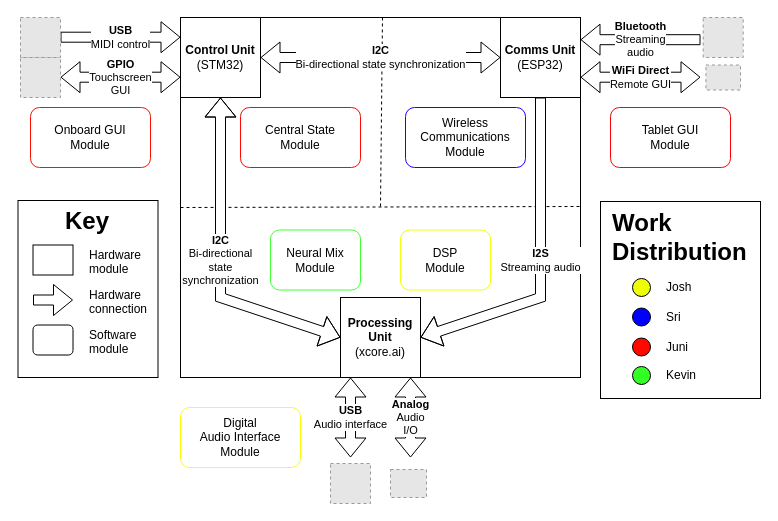
Earlier version of the draw.io diagram Documentation/Diagrams/SoftwareArchitecture.drawio (joshieyu/DigitalAudioMixer). Source tidied: cells renumbered, new cells numbered last; positions are measured from the earlier drawing's top-left corner, leaving out a move shared by most shapes. Both pictures are drawn from the tidied source at 100%, with x=0, y=0 at pixel (18, 17). Pictures stored in the file or linked from it are replaced by grey dashed boxes.
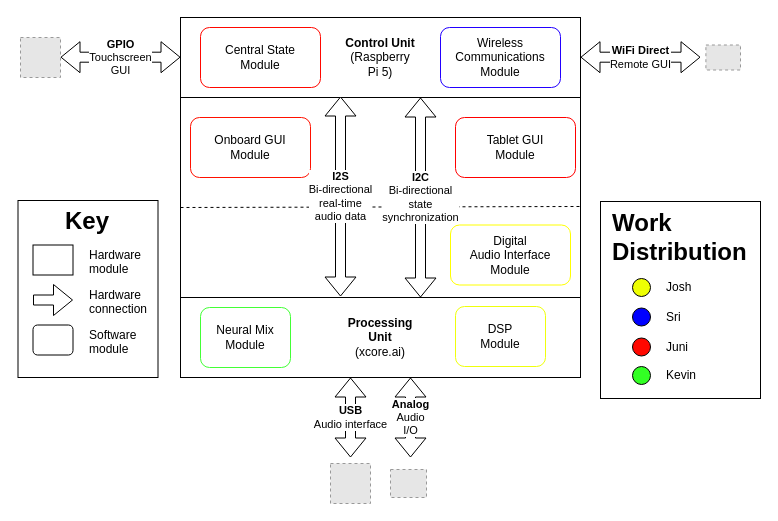
The same diagram, later.

Commit message:
Updated software diagram

Change to the diagram source:
```diff
@@
-    <mxCell id="6" style="endArrow=none;dashed=1;html=1;rounded=0;" parent="1" edge="1">
-      <mxGeometry relative="1" as="geometry">
-        <mxPoint x="364" as="sourcePoint" />
-        <mxPoint x="362" y="189" as="targetPoint" />
-      </mxGeometry>
-    </mxCell>
-    <mxCell id="7" value="&lt;b&gt;Control Unit&lt;/b&gt;&lt;br&gt;(STM32)" style="whiteSpace=wrap;html=1;" parent="1" vertex="1">
-      <mxGeometry x="162" width="80" height="80" as="geometry" />
+    <mxCell id="7" value="&lt;b&gt;Control Unit&lt;/b&gt;&lt;br&gt;(Raspberry&lt;br&gt;Pi 5)" style="whiteSpace=wrap;html=1;" parent="1" vertex="1">
+      <mxGeometry x="162" width="400" height="80" as="geometry" />
     </mxCell>
-    <mxCell id="8" value="&lt;b&gt;Comms Unit&lt;/b&gt;&lt;div&gt;(ESP32)&lt;/div&gt;" style="whiteSpace=wrap;html=1;" parent="1" vertex="1">
-      <mxGeometry x="482" width="80" height="80" as="geometry" />
-    </mxCell>
     <mxCell id="9" value="&lt;b&gt;Processing&lt;/b&gt;&lt;div&gt;&lt;b&gt;Unit&lt;/b&gt;&lt;/div&gt;&lt;div&gt;(xcore.ai)&lt;/div&gt;" style="whiteSpace=wrap;html=1;" parent="1" vertex="1">
-      <mxGeometry x="322" y="280" width="80" height="80" as="geometry" />
+      <mxGeometry x="162" y="280" width="400" height="80" as="geometry" />
     </mxCell>
-    <mxCell id="10" value="&lt;b&gt;I2C&lt;/b&gt;&lt;div&gt;Bi-directional&lt;br&gt;state&lt;br&gt;synchronization&lt;/div&gt;" style="shape=flexArrow;endArrow=classic;startArrow=classic;html=1;rounded=0;exitX=0;exitY=0.5;exitDx=0;exitDy=0;fillColor=#FFFFFF;" parent="1" edge="1" source="9">
+    <mxCell id="10" value="&lt;b&gt;I2C&lt;/b&gt;&lt;div&gt;Bi-directional&lt;br&gt;state&lt;br&gt;synchronization&lt;/div&gt;" style="shape=flexArrow;endArrow=classic;startArrow=classic;html=1;rounded=0;exitX=0.5;exitY=0;exitDx=0;exitDy=0;fillColor=#FFFFFF;entryX=0.5;entryY=1;entryDx=0;entryDy=0;" parent="1" edge="1">
       <mxGeometry relative="1" as="geometry">
-        <mxPoint x="202" y="80" as="targetPoint" />
-        <Array as="points">
-          <mxPoint x="202" y="280" />
-        </Array>
+        <mxPoint x="402" y="280" as="sourcePoint" />
+        <mxPoint x="402" y="80" as="targetPoint" />
       </mxGeometry>
     </mxCell>
-    <mxCell id="11" value="&lt;b&gt;I2C&lt;/b&gt;&lt;div&gt;Bi-directional state synchronization&lt;/div&gt;" style="shape=flexArrow;endArrow=classic;startArrow=classic;html=1;rounded=0;entryX=0;entryY=0.5;entryDx=0;entryDy=0;exitX=1;exitY=0.5;exitDx=0;exitDy=0;" parent="1" edge="1" source="7" target="8">
-      <mxGeometry relative="1" as="geometry" />
-    </mxCell>
@@
     <mxCell id="14" value="&lt;b&gt;WiFi Direct&lt;/b&gt;&lt;br&gt;Remote&lt;b&gt; &lt;/b&gt;GUI" style="shape=flexArrow;endArrow=classic;startArrow=classic;html=1;rounded=0;" parent="1" edge="1">
       <mxGeometry relative="1" as="geometry">
-        <mxPoint x="562" y="59.7" as="sourcePoint" />
-        <mxPoint x="682" y="59.7" as="targetPoint" />
+        <mxPoint x="562" y="39.7" as="sourcePoint" />
+        <mxPoint x="682" y="39.7" as="targetPoint" />
       </mxGeometry>
     </mxCell>
-    <mxCell id="15" value="&lt;b&gt;Bluetooth&lt;/b&gt;&lt;br&gt;Streaming&lt;br&gt;audio" style="shape=flexArrow;endArrow=classic;html=1;rounded=0;" parent="1" edge="1">
-      <mxGeometry relative="1" as="geometry">
-        <mxPoint x="682" y="22.2" as="sourcePoint" />
-        <mxPoint x="562" y="22.2" as="targetPoint" />
-      </mxGeometry>
-    </mxCell>
     <mxCell id="16" value="&lt;b&gt;GPIO&lt;/b&gt;&lt;br&gt;Touchscreen&lt;br&gt;GUI" style="shape=flexArrow;endArrow=classic;startArrow=classic;html=1;rounded=0;" parent="1" edge="1">
       <mxGeometry relative="1" as="geometry">
-        <mxPoint x="42" y="59.7" as="sourcePoint" />
-        <mxPoint x="162" y="59.7" as="targetPoint" />
+        <mxPoint x="42" y="39.7" as="sourcePoint" />
+        <mxPoint x="162" y="39.7" as="targetPoint" />
       </mxGeometry>
     </mxCell>
-    <mxCell id="17" value="&lt;b&gt;USB&lt;/b&gt;&lt;br&gt;MIDI control" style="shape=flexArrow;endArrow=classic;html=1;rounded=0;" parent="1" edge="1">
-      <mxGeometry relative="1" as="geometry">
-        <mxPoint x="42" y="19.7" as="sourcePoint" />
-        <mxPoint x="162" y="19.7" as="targetPoint" />
-      </mxGeometry>
-    </mxCell>
     <mxCell id="18" style="fillColor=#E6E6E6;strokeColor=#999999;dashed=1;verticalLabelPosition=bottom;verticalAlign=top;" parent="1" vertex="1">
-      <mxGeometry x="2" y="40" width="40" height="40" as="geometry" />
+      <mxGeometry x="2" y="20" width="40" height="40" as="geometry" />
     </mxCell>
@@
     <mxCell id="20" style="fillColor=#E6E6E6;strokeColor=#999999;dashed=1;verticalLabelPosition=bottom;verticalAlign=top;" parent="1" vertex="1">
-      <mxGeometry x="687.4" y="47.5" width="34.6" height="25" as="geometry" />
+      <mxGeometry x="687.4" y="27.5" width="34.6" height="25" as="geometry" />
     </mxCell>
-    <mxCell id="21" style="fillColor=#E6E6E6;strokeColor=#999999;dashed=1;verticalLabelPosition=bottom;verticalAlign=top;" parent="1" vertex="1">
-      <mxGeometry x="684.7" width="40" height="40" as="geometry" />
-    </mxCell>
     <mxCell id="22" value="Central State&lt;br&gt;Module" style="rounded=1;whiteSpace=wrap;html=1;strokeColor=#FF0800;" parent="1" vertex="1">
-      <mxGeometry x="222" y="90" width="120" height="60" as="geometry" />
+      <mxGeometry x="182" y="10" width="120" height="60" as="geometry" />
     </mxCell>
     <mxCell id="23" value="Wireless&lt;br&gt;Communications&lt;br&gt;Module" style="rounded=1;whiteSpace=wrap;html=1;strokeColor=#2200FF;" parent="1" vertex="1">
-      <mxGeometry x="387" y="90" width="120" height="60" as="geometry" />
+      <mxGeometry x="422" y="10" width="120" height="60" as="geometry" />
     </mxCell>
     <mxCell id="24" value="Onboard GUI&lt;br&gt;Module" style="rounded=1;whiteSpace=wrap;html=1;strokeColor=#FF1100;" parent="1" vertex="1">
-      <mxGeometry x="12" y="90" width="120" height="60" as="geometry" />
+      <mxGeometry x="172" y="100" width="120" height="60" as="geometry" />
     </mxCell>
     <mxCell id="25" value="Tablet GUI&lt;br&gt;Module" style="rounded=1;whiteSpace=wrap;html=1;strokeColor=#FF0000;" parent="1" vertex="1">
-      <mxGeometry x="592" y="90" width="120" height="60" as="geometry" />
+      <mxGeometry x="437" y="100" width="120" height="60" as="geometry" />
     </mxCell>
     <mxCell id="26" value="Neural Mix&lt;br&gt;Module" style="rounded=1;whiteSpace=wrap;html=1;strokeColor=#43FF36;" parent="1" vertex="1">
-      <mxGeometry x="252" y="212.5" width="90" height="60" as="geometry" />
+      <mxGeometry x="182" y="290" width="90" height="60" as="geometry" />
     </mxCell>
     <mxCell id="27" value="DSP&lt;br&gt;Module" style="rounded=1;whiteSpace=wrap;html=1;strokeColor=#EFFF0D;" parent="1" vertex="1">
-      <mxGeometry x="382" y="212.5" width="90" height="60" as="geometry" />
+      <mxGeometry x="437" y="289" width="90" height="60" as="geometry" />
     </mxCell>
     <mxCell id="28" value="Digital&lt;br&gt;Audio Interface&lt;br&gt;Module" style="rounded=1;whiteSpace=wrap;html=1;strokeColor=#FFFF00;" parent="1" vertex="1">
-      <mxGeometry x="162" y="390" width="120" height="60" as="geometry" />
+      <mxGeometry x="432" y="207.5" width="120" height="60" as="geometry" />
     </mxCell>
@@
-    <mxCell id="30" value="&lt;b&gt;I2S&lt;/b&gt;&lt;br&gt;Streaming audio" style="endArrow=classic;html=1;rounded=0;entryX=1;entryY=0.5;entryDx=0;entryDy=0;shape=flexArrow;fillColor=#FFFFFF;" parent="1" edge="1" target="9">
-      <mxGeometry relative="1" as="geometry">
-        <mxPoint x="522" y="80" as="sourcePoint" />
-        <Array as="points">
-          <mxPoint x="522" y="280" />
-        </Array>
-      </mxGeometry>
-    </mxCell>
@@
-    <mxCell id="48" style="fillColor=#E6E6E6;strokeColor=#999999;dashed=1;verticalLabelPosition=bottom;verticalAlign=top;" parent="1" vertex="1">
-      <mxGeometry x="2" width="40" height="40" as="geometry" />
-    </mxCell>
+    <mxCell id="49" value="&lt;b&gt;I2S&lt;/b&gt;&lt;div&gt;Bi-directional&lt;br&gt;real-time&lt;/div&gt;&lt;div&gt;audio data&lt;br&gt;&lt;/div&gt;" style="shape=flexArrow;endArrow=classic;startArrow=classic;html=1;rounded=0;exitX=0.5;exitY=0;exitDx=0;exitDy=0;fillColor=#FFFFFF;entryX=0.5;entryY=1;entryDx=0;entryDy=0;" parent="1" edge="1">
+      <mxGeometry relative="1" as="geometry">
+        <mxPoint x="322" y="279" as="sourcePoint" />
+        <mxPoint x="322" y="79" as="targetPoint" />
+      </mxGeometry>
+    </mxCell>
```
